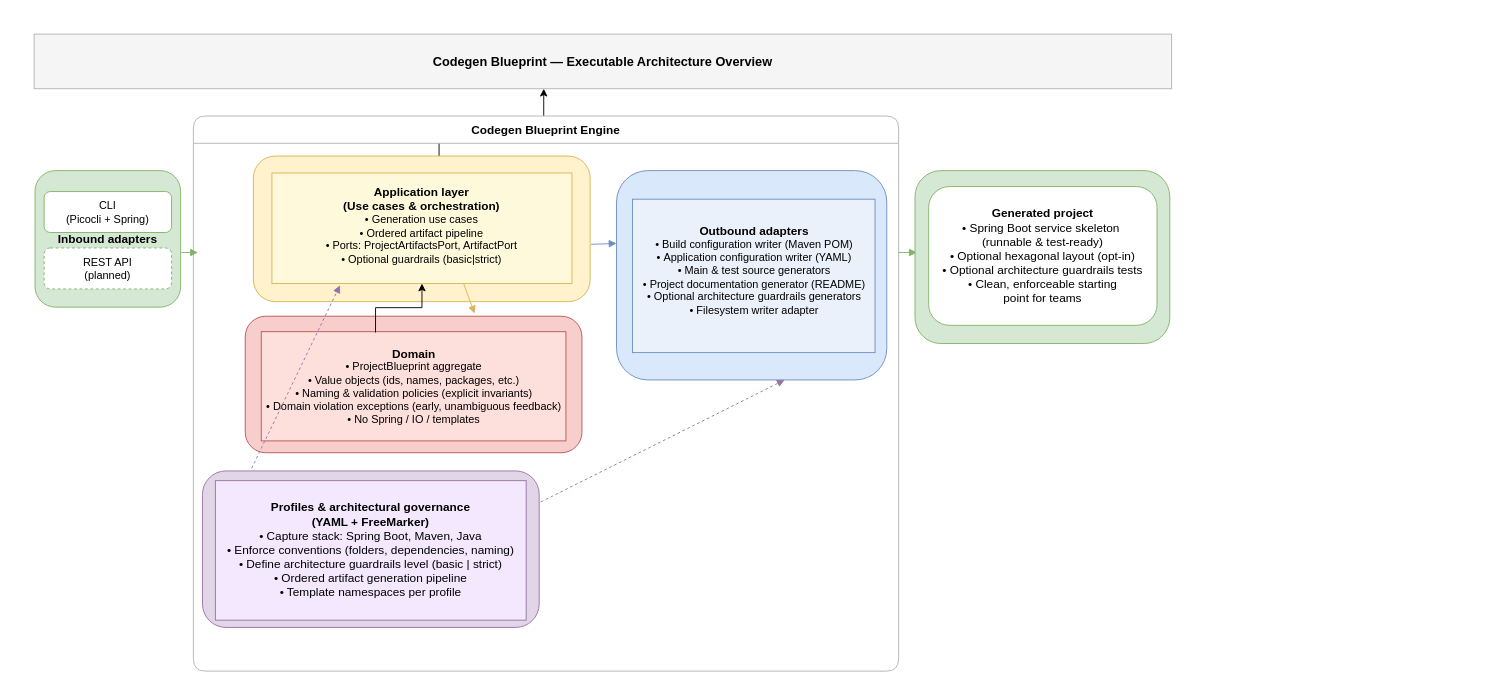
Before: docs/diagrams/architecture-overview.drawio in blueprint-platform/codegen-blueprint, a draw.io diagram. Source tidied: cells renumbered, new cells numbered last; positions are measured from the earlier drawing's top-left corner, leaving out a move shared by most shapes. Both pictures are drawn from the tidied source at 91%, with x=0, y=0 at pixel (34, 34).
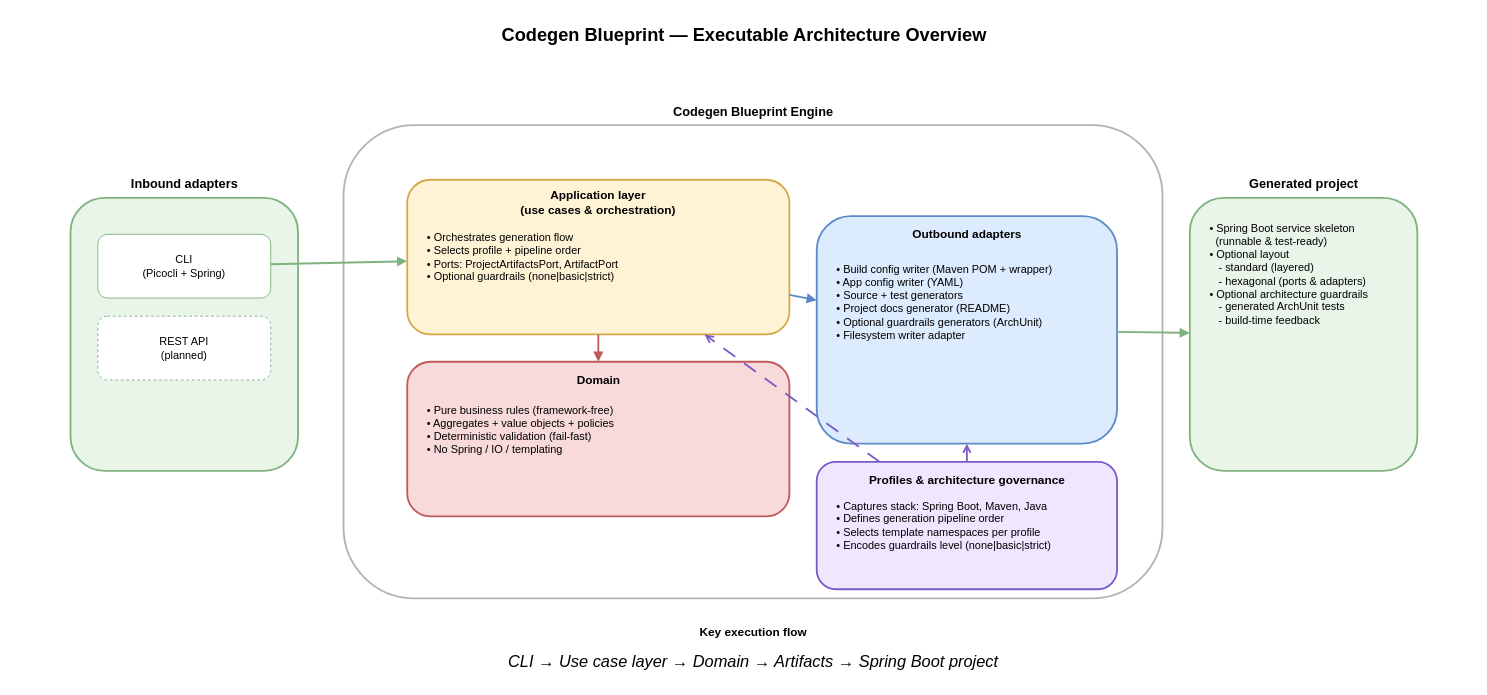
Above is the later version.

Commit message (it also covers changes not shown here):
docs(architecture): update drawio diagrams and regenerate images

Diff of the diagram source:
```diff
@@
-    <mxCell id="2" style="edgeStyle=orthogonalEdgeStyle;rounded=0;jettySize=auto;html=1;" parent="1" edge="1" source="6" target="3">
-      <mxGeometry relative="1" as="geometry">
-        <Array as="points">
-          <mxPoint x="445" y="106" />
-          <mxPoint x="560" y="106" />
-        </Array>
-      </mxGeometry>
-    </mxCell>
-    <mxCell id="3" value="Codegen Blueprint — Executable Architecture Overview" style="rounded=0;whiteSpace=wrap;html=1;fillColor=#f5f5f5;strokeColor=#b3b3b3;fontStyle=1;fontSize=14;align=center;verticalAlign=middle;" parent="1" vertex="1">
-      <mxGeometry width="1250" height="60" as="geometry" />
+    <mxCell id="3" value="Codegen Blueprint — Executable Architecture Overview" style="text;html=1;align=center;verticalAlign=middle;fontSize=20;fontStyle=1;" parent="1" vertex="1">
+      <mxGeometry x="-20" y="-20" width="1600" height="40" as="geometry" />
     </mxCell>
-    <mxCell id="4" value="Codegen Blueprint Engine" style="swimlane;rounded=1;whiteSpace=wrap;html=1;horizontal=1;startSize=30;fillColor=#ffffff;strokeColor=#b3b3b3;fontSize=13;fontStyle=1;" parent="1" vertex="1">
-      <mxGeometry x="175" y="90" width="775" height="610" as="geometry" />
-    </mxCell>
-    <mxCell id="5" style="rounded=1;whiteSpace=wrap;html=1;fillColor=#fff2cc;strokeColor=#d6b656;fontSize=13;fontStyle=1;" parent="4" vertex="1">
-      <mxGeometry x="66" y="44" width="370" height="160" as="geometry" />
-    </mxCell>
-    <mxCell id="6" value="&lt;div&gt;&lt;span style=&quot;font-size: 13px; font-weight: 700;&quot;&gt;&lt;br&gt;&lt;/span&gt;&lt;/div&gt;&lt;span style=&quot;font-size: 13px; font-weight: 700;&quot;&gt;&lt;div&gt;&lt;span style=&quot;font-size: 13px; font-weight: 700;&quot;&gt;&lt;br&gt;&lt;/span&gt;&lt;/div&gt;&lt;div&gt;&lt;span style=&quot;font-size: 13px; font-weight: 700;&quot;&gt;&lt;br&gt;&lt;/span&gt;&lt;/div&gt;&lt;div&gt;&lt;span style=&quot;font-size: 13px; font-weight: 700;&quot;&gt;&lt;br&gt;&lt;/span&gt;&lt;/div&gt;&lt;div&gt;&lt;span style=&quot;font-size: 13px; font-weight: 700;&quot;&gt;&lt;br&gt;&lt;/span&gt;&lt;/div&gt;&lt;div&gt;&lt;span style=&quot;font-size: 13px; font-weight: 700;&quot;&gt;&lt;br&gt;&lt;/span&gt;&lt;/div&gt;&lt;div&gt;&lt;span style=&quot;font-size: 13px; font-weight: 700;&quot;&gt;&lt;br&gt;&lt;/span&gt;&lt;/div&gt;Application layer&lt;/span&gt;&lt;br style=&quot;font-size: 13px; font-weight: 700;&quot;&gt;&lt;span style=&quot;font-size: 13px; font-weight: 700;&quot;&gt;(Use cases &amp;amp; orchestration)&lt;/span&gt;&lt;div&gt;•&amp;nbsp;&lt;span style=&quot;background-color: transparent; color: light-dark(rgb(0, 0, 0), rgb(255, 255, 255));&quot;&gt;Generation use cases&lt;/span&gt;&lt;/div&gt;&lt;div&gt;• Ordered artifact pipeline&lt;/div&gt;&lt;div&gt;&lt;div&gt;• Ports: ProjectArtifactsPort, ArtifactPort&lt;/div&gt;&lt;/div&gt;&lt;div&gt;• &lt;span style=&quot;background-color: transparent; color: light-dark(rgb(0, 0, 0), rgb(255, 255, 255));&quot;&gt;Optional guardrails (basic|strict)&lt;/span&gt;&lt;br&gt;&lt;/div&gt;&lt;br&gt;&lt;br&gt;&lt;br&gt;&lt;br&gt;&lt;br&gt;&lt;br&gt;&lt;br&gt;&lt;div&gt;&lt;br&gt;&lt;/div&gt;" style="rounded=0;whiteSpace=wrap;html=1;fillColor=#fff9db;strokeColor=#d6b656;fontSize=12;" parent="5" vertex="1">
-      <mxGeometry x="20.3" y="18.6" width="329.7" height="121.5" as="geometry" />
-    </mxCell>
-    <mxCell id="7" style="rounded=1;whiteSpace=wrap;html=1;fillColor=#f8cecc;strokeColor=#b85450;fontSize=13;fontStyle=1;" parent="4" vertex="1">
-      <mxGeometry x="57" y="220" width="370" height="150" as="geometry" />
-    </mxCell>
-    <mxCell id="8" value="&lt;span style=&quot;font-size: 13px; font-weight: 700;&quot;&gt;Domain&lt;/span&gt;&lt;div&gt;• ProjectBlueprint aggregate&lt;/div&gt;&lt;div&gt;• Value objects (ids, names, packages, etc.&lt;span style=&quot;background-color: transparent; color: light-dark(rgb(0, 0, 0), rgb(255, 255, 255));&quot;&gt;)&lt;/span&gt;&lt;/div&gt;&lt;div&gt;• Naming &amp;amp; validation policies (explicit invariants)&lt;/div&gt;&lt;div&gt;• Domain violation exceptions (&lt;span style=&quot;background-color: transparent; color: light-dark(rgb(0, 0, 0), rgb(255, 255, 255));&quot;&gt;early, unambiguous feedback&lt;/span&gt;&lt;span style=&quot;background-color: transparent; color: light-dark(rgb(0, 0, 0), rgb(255, 255, 255));&quot;&gt;)&lt;/span&gt;&lt;/div&gt;&lt;div&gt;• No Spring / IO / templates&lt;/div&gt;" style="rounded=0;whiteSpace=wrap;html=1;fillColor=#fde0dc;strokeColor=#b85450;fontSize=12;" parent="7" vertex="1">
-      <mxGeometry x="17.6" y="17" width="334.8" height="120" as="geometry" />
-    </mxCell>
-    <mxCell id="9" style="rounded=1;whiteSpace=wrap;html=1;fillColor=#dae8fc;strokeColor=#6c8ebf;fontSize=13;fontStyle=1;" parent="4" vertex="1">
-      <mxGeometry x="465" y="60" width="297" height="230" as="geometry" />
-    </mxCell>
-    <mxCell id="10" value="&lt;div&gt;&lt;span style=&quot;font-size: 13px; font-weight: 700;&quot;&gt;&lt;br&gt;&lt;/span&gt;&lt;/div&gt;&lt;span style=&quot;font-size: 13px; font-weight: 700;&quot;&gt;&lt;div&gt;&lt;span style=&quot;font-size: 13px; font-weight: 700;&quot;&gt;&lt;br&gt;&lt;/span&gt;&lt;/div&gt;&lt;div&gt;&lt;span style=&quot;font-size: 13px; font-weight: 700;&quot;&gt;&lt;br&gt;&lt;/span&gt;&lt;/div&gt;&lt;div&gt;&lt;span style=&quot;font-size: 13px; font-weight: 700;&quot;&gt;&lt;br&gt;&lt;/span&gt;&lt;/div&gt;&lt;div&gt;&lt;span style=&quot;font-size: 13px; font-weight: 700;&quot;&gt;&lt;br&gt;&lt;/span&gt;&lt;/div&gt;&lt;div&gt;&lt;span style=&quot;font-size: 13px; font-weight: 700;&quot;&gt;&lt;br&gt;&lt;/span&gt;&lt;/div&gt;&lt;div&gt;&lt;span style=&quot;font-size: 13px; font-weight: 700;&quot;&gt;&lt;br&gt;&lt;/span&gt;&lt;/div&gt;&lt;div&gt;&lt;span style=&quot;font-size: 13px; font-weight: 700;&quot;&gt;&lt;br&gt;&lt;/span&gt;&lt;/div&gt;&lt;div&gt;&lt;span style=&quot;font-size: 13px; font-weight: 700;&quot;&gt;&lt;br&gt;&lt;/span&gt;&lt;/div&gt;&lt;div&gt;&lt;span style=&quot;font-size: 13px; font-weight: 700;&quot;&gt;&lt;br&gt;&lt;/span&gt;&lt;/div&gt;&lt;div&gt;&lt;span style=&quot;font-size: 13px; font-weight: 700;&quot;&gt;&lt;br&gt;&lt;/span&gt;&lt;/div&gt;&lt;div&gt;&lt;span style=&quot;font-size: 13px; font-weight: 700;&quot;&gt;&lt;br&gt;&lt;/span&gt;&lt;/div&gt;&lt;div&gt;&lt;span style=&quot;font-size: 13px; font-weight: 700;&quot;&gt;&lt;br&gt;&lt;/span&gt;&lt;/div&gt;Outbound adapters&lt;/span&gt;&lt;div&gt;•&amp;nbsp;&lt;span style=&quot;background-color: transparent; color: light-dark(rgb(0, 0, 0), rgb(255, 255, 255));&quot;&gt;Build configuration writer (Maven POM)&lt;/span&gt;&lt;div&gt;•&amp;nbsp;&lt;span style=&quot;background-color: transparent; color: light-dark(rgb(0, 0, 0), rgb(255, 255, 255));&quot;&gt;Application configuration writer (YAML)&lt;/span&gt;&lt;br&gt;•&amp;nbsp;&lt;span style=&quot;background-color: transparent; color: light-dark(rgb(0, 0, 0), rgb(255, 255, 255));&quot;&gt;Main &amp;amp; test source generators&lt;/span&gt;&lt;br&gt;• &lt;span style=&quot;background-color: transparent; color: light-dark(rgb(0, 0, 0), rgb(255, 255, 255));&quot;&gt;Project documentation generator (README)&lt;/span&gt;&lt;br&gt;•&amp;nbsp;&lt;span style=&quot;background-color: transparent; color: light-dark(rgb(0, 0, 0), rgb(255, 255, 255));&quot;&gt;Optional architecture guardrails generators&lt;/span&gt;&lt;/div&gt;&lt;div&gt;•&amp;nbsp;&lt;span style=&quot;background-color: transparent; color: light-dark(rgb(0, 0, 0), rgb(255, 255, 255));&quot;&gt;Filesystem writer adapter&lt;/span&gt;&lt;/div&gt;&lt;br&gt;&lt;br&gt;&lt;br&gt;&lt;br&gt;&lt;br&gt;&lt;br&gt;&lt;br&gt;&lt;br&gt;&lt;br&gt;&lt;br&gt;&lt;br&gt;&lt;br&gt;&lt;br&gt;&lt;br&gt;&lt;br&gt;&lt;/div&gt;" style="rounded=0;whiteSpace=wrap;html=1;fillColor=#eaf1fb;strokeColor=#6c8ebf;fontSize=12;" parent="9" vertex="1">
-      <mxGeometry x="17.5" y="31.4" width="266.6" height="168.6" as="geometry" />
-    </mxCell>
-    <mxCell id="11" style="rounded=1;whiteSpace=wrap;html=1;fillColor=#e1d5e7;strokeColor=#9673a6;fontSize=13;fontStyle=1;" parent="4" vertex="1">
-      <mxGeometry x="10" y="390" width="370" height="172" as="geometry" />
-    </mxCell>
-    <mxCell id="12" value="&lt;div&gt;&lt;span style=&quot;font-size: 13px;&quot;&gt;&lt;b&gt;Profiles &amp;amp; architectural governance&lt;/b&gt;&lt;/span&gt;&lt;/div&gt;&lt;div&gt;&lt;span style=&quot;font-size: 13px;&quot;&gt;&lt;b&gt;(YAML + FreeMarker)&lt;/b&gt;&lt;/span&gt;&lt;/div&gt;&lt;div&gt;&lt;span style=&quot;font-size: 13px;&quot;&gt;• Capture stack: Spring Boot, Maven, Java&lt;/span&gt;&lt;/div&gt;&lt;div&gt;&lt;span style=&quot;font-size: 13px;&quot;&gt;• Enforce conventions (folders, dependencies, naming)&lt;/span&gt;&lt;/div&gt;&lt;div&gt;&lt;span style=&quot;font-size: 13px;&quot;&gt;• Define architecture guardrails level (basic | strict)&lt;/span&gt;&lt;/div&gt;&lt;div&gt;&lt;span style=&quot;font-size: 13px;&quot;&gt;• Ordered artifact generation pipeline&lt;/span&gt;&lt;/div&gt;&lt;div&gt;&lt;span style=&quot;font-size: 13px;&quot;&gt;• Template namespaces per profile&lt;/span&gt;&lt;/div&gt;" style="rounded=0;whiteSpace=wrap;html=1;fillColor=#f3e8fd;strokeColor=#9673a6;fontSize=12;" parent="11" vertex="1">
-      <mxGeometry x="14.2" y="10.7" width="341.5" height="153.3" as="geometry" />
-    </mxCell>
-    <mxCell id="13" style="endArrow=block;html=1;rounded=0;strokeColor=#d6b656;entryX=0.681;entryY=-0.02;entryDx=0;entryDy=0;entryPerimeter=0;exitX=0.639;exitY=1;exitDx=0;exitDy=0;exitPerimeter=0;" parent="4" edge="1" source="6" target="7">
-      <mxGeometry relative="1" as="geometry" />
-    </mxCell>
-    <mxCell id="14" style="endArrow=block;html=1;rounded=0;strokeColor=#6c8ebf;exitX=1.003;exitY=0.606;exitDx=0;exitDy=0;exitPerimeter=0;" parent="4" edge="1" source="5">
-      <mxGeometry relative="1" as="geometry">
-        <mxPoint x="465" y="140" as="targetPoint" />
-      </mxGeometry>
-    </mxCell>
-    <mxCell id="15" style="endArrow=block;html=1;rounded=0;strokeColor=#9673a6;dashed=1;entryX=0.622;entryY=1;entryDx=0;entryDy=0;entryPerimeter=0;exitX=1.005;exitY=0.198;exitDx=0;exitDy=0;exitPerimeter=0;" parent="4" edge="1" source="11" target="9">
-      <mxGeometry relative="1" as="geometry" />
-    </mxCell>
-    <mxCell id="16" style="edgeStyle=orthogonalEdgeStyle;rounded=0;jettySize=auto;html=1;exitX=0.375;exitY=0.008;exitDx=0;exitDy=0;exitPerimeter=0;" parent="4" edge="1" source="8" target="6">
-      <mxGeometry relative="1" as="geometry" />
-    </mxCell>
-    <mxCell id="17" style="endArrow=block;html=1;rounded=0;strokeColor=#9673a6;dashed=1;entryX=0.227;entryY=1.016;entryDx=0;entryDy=0;entryPerimeter=0;exitX=0.146;exitY=-0.017;exitDx=0;exitDy=0;exitPerimeter=0;" parent="4" edge="1" source="11" target="6">
-      <mxGeometry relative="1" as="geometry" />
-    </mxCell>
+    <mxCell id="25" style="rounded=1;whiteSpace=wrap;html=1;fillColor=#E9F5E9;strokeColor=#7FB27F;strokeWidth=2;" parent="1" vertex="1">
+      <mxGeometry x="40" y="180" width="250" height="300" as="geometry" />
+    </mxCell>
-    <mxCell id="18" value="Inbound adapters" style="rounded=1;whiteSpace=wrap;html=1;fillColor=#d5e8d4;strokeColor=#82b366;fontSize=13;fontStyle=1;" parent="1" vertex="1">
-      <mxGeometry x="1" y="150" width="160" height="150" as="geometry" />
+    <mxCell id="18" value="Inbound adapters" style="text;html=1;align=center;verticalAlign=middle;fontSize=14;fontStyle=1;" parent="1" vertex="1">
+      <mxGeometry x="40" y="150" width="250" height="30" as="geometry" />
     </mxCell>
-    <mxCell id="19" value="CLI&#10;(Picocli + Spring)" style="rounded=1;whiteSpace=wrap;html=1;fillColor=#ffffff;strokeColor=#82b366;fontSize=12;" parent="18" vertex="1">
-      <mxGeometry x="10" y="23" width="140" height="45" as="geometry" />
+    <mxCell id="19" value="CLI&#10;(Picocli + Spring)" style="rounded=1;whiteSpace=wrap;html=1;fillColor=#FFFFFF;strokeColor=#7FB27F;strokeWidth=1;" parent="1" vertex="1">
+      <mxGeometry x="70" y="220" width="190" height="70" as="geometry" />
     </mxCell>
-    <mxCell id="20" value="REST API&#10;(planned)" style="rounded=1;whiteSpace=wrap;html=1;fillColor=#ffffff;strokeColor=#82b366;dashed=1;fontSize=12;" parent="18" vertex="1">
-      <mxGeometry x="10" y="85" width="140" height="45" as="geometry" />
+    <mxCell id="20" value="REST API&#10;(planned)" style="rounded=1;whiteSpace=wrap;html=1;fillColor=#FFFFFF;strokeColor=#7FB27F;strokeWidth=1;dashed=1;" parent="1" vertex="1">
+      <mxGeometry x="70" y="310" width="190" height="70" as="geometry" />
     </mxCell>
-    <mxCell id="21" style="endArrow=block;html=1;rounded=0;strokeColor=#82b366;" parent="1" edge="1">
-      <mxGeometry relative="1" as="geometry">
-        <mxPoint x="162" y="240" as="sourcePoint" />
-        <mxPoint x="180" y="240" as="targetPoint" />
-      </mxGeometry>
-    </mxCell>
-    <mxCell id="22" style="endArrow=block;html=1;rounded=0;strokeColor=#82b366;" parent="1" edge="1">
-      <mxGeometry relative="1" as="geometry">
-        <mxPoint x="950" y="240" as="sourcePoint" />
-        <mxPoint x="970" y="240" as="targetPoint" />
-      </mxGeometry>
-    </mxCell>
-    <mxCell id="23" style="rounded=1;whiteSpace=wrap;html=1;fillColor=#d5e8d4;strokeColor=#82b366;fontSize=13;" parent="1" vertex="1">
-      <mxGeometry x="968" y="150" width="280" height="190" as="geometry" />
-    </mxCell>
-    <mxCell id="24" value="&lt;span style=&quot;font-size: 13px; font-weight: 700;&quot;&gt;Generated project&lt;/span&gt;&lt;div style=&quot;font-size: 13px;&quot;&gt;&lt;span style=&quot;background-color: transparent; color: light-dark(rgb(0, 0, 0), rgb(255, 255, 255));&quot;&gt;•&amp;nbsp;&lt;/span&gt;&lt;span style=&quot;background-color: transparent; color: light-dark(rgb(0, 0, 0), rgb(255, 255, 255));&quot;&gt;Spring Boot service skeleton&amp;nbsp;&lt;/span&gt;&lt;/div&gt;&lt;div style=&quot;font-size: 13px;&quot;&gt;&lt;span style=&quot;background-color: transparent; color: light-dark(rgb(0, 0, 0), rgb(255, 255, 255));&quot;&gt;(runnable &amp;amp; test-ready)&lt;/span&gt;&lt;div&gt;• Optional hexagonal layout (opt-in)&lt;/div&gt;&lt;div&gt;•&amp;nbsp;&lt;span style=&quot;background-color: transparent; color: light-dark(rgb(0, 0, 0), rgb(255, 255, 255));&quot;&gt;Optional architecture guardrails tests&lt;/span&gt;&lt;br&gt;•&amp;nbsp;&lt;span style=&quot;background-color: transparent; color: light-dark(rgb(0, 0, 0), rgb(255, 255, 255));&quot;&gt;Clean, enforceable starting point&amp;nbsp;&lt;/span&gt;&lt;span style=&quot;background-color: transparent; color: light-dark(rgb(0, 0, 0), rgb(255, 255, 255));&quot; class=&quot;s1&quot;&gt;for&lt;/span&gt;&lt;span style=&quot;background-color: transparent; color: light-dark(rgb(0, 0, 0), rgb(255, 255, 255));&quot;&gt;&amp;nbsp;teams&lt;/span&gt;&lt;/div&gt;&lt;/div&gt;" style="rounded=1;whiteSpace=wrap;html=1;fillColor=#ffffff;strokeColor=#82b366;fontSize=12;" parent="1" vertex="1">
-      <mxGeometry x="983" y="167.5" width="251" height="152.5" as="geometry" />
-    </mxCell>
+    <mxCell id="26" style="rounded=1;whiteSpace=wrap;html=1;fillColor=#E9F5E9;strokeColor=#7FB27F;strokeWidth=2;" parent="1" vertex="1">
+      <mxGeometry x="1270" y="180" width="250" height="300" as="geometry" />
+    </mxCell>
+    <mxCell id="27" value="Generated project" style="text;html=1;align=center;verticalAlign=middle;fontSize=14;fontStyle=1;" parent="1" vertex="1">
+      <mxGeometry x="1270" y="150" width="250" height="30" as="geometry" />
+    </mxCell>
+    <mxCell id="28" value="• Spring Boot service skeleton&lt;br&gt;&amp;nbsp; (runnable &amp;amp; test-ready)&lt;br&gt;• Optional layout&amp;nbsp;&lt;br&gt;&amp;nbsp; &amp;nbsp;- standard (layered)&lt;br&gt;&amp;nbsp; &amp;nbsp;- hexagonal (ports &amp;amp; adapters)&lt;br&gt;• Optional architecture guardrails&amp;nbsp;&lt;div&gt;&amp;nbsp; &amp;nbsp;- generated ArchUnit tests&lt;br&gt;&amp;nbsp; &amp;nbsp;- build-time feedback&lt;/div&gt;" style="text;html=1;align=left;verticalAlign=top;fontSize=12;whiteSpace=wrap;" parent="1" vertex="1">
+      <mxGeometry x="1290" y="200" width="210" height="260" as="geometry" />
+    </mxCell>
+    <mxCell id="29" style="rounded=1;whiteSpace=wrap;html=1;fillColor=#FFFFFF;strokeColor=#B3B3B3;strokeWidth=2;" parent="1" vertex="1">
+      <mxGeometry x="340" y="100" width="900" height="520" as="geometry" />
+    </mxCell>
+    <mxCell id="4" value="Codegen Blueprint Engine" style="text;html=1;align=center;verticalAlign=middle;fontSize=14;fontStyle=1;" parent="1" vertex="1">
+      <mxGeometry x="340" y="70" width="900" height="30" as="geometry" />
+    </mxCell>
+    <mxCell id="30" style="rounded=1;whiteSpace=wrap;html=1;fillColor=#FFF3D6;strokeColor=#D6A84A;strokeWidth=2;" parent="1" vertex="1">
+      <mxGeometry x="410" y="160" width="420" height="170" as="geometry" />
+    </mxCell>
+    <mxCell id="31" value="Application layer&#10;(use cases &amp; orchestration)" style="text;html=1;align=center;verticalAlign=middle;fontSize=13;fontStyle=1;whiteSpace=wrap;" parent="1" vertex="1">
+      <mxGeometry x="410" y="165" width="420" height="40" as="geometry" />
+    </mxCell>
+    <mxCell id="32" value="• Orchestrates generation flow&#10;• Selects profile + pipeline order&#10;• Ports: ProjectArtifactsPort, ArtifactPort&#10;• Optional guardrails (none|basic|strict)" style="text;html=1;align=left;verticalAlign=top;fontSize=12;whiteSpace=wrap;" parent="1" vertex="1">
+      <mxGeometry x="430" y="210" width="380" height="110" as="geometry" />
+    </mxCell>
+    <mxCell id="33" style="rounded=1;whiteSpace=wrap;html=1;fillColor=#F8DADA;strokeColor=#C05A5A;strokeWidth=2;" parent="1" vertex="1">
+      <mxGeometry x="410" y="360" width="420" height="170" as="geometry" />
+    </mxCell>
+    <mxCell id="34" value="Domain" style="text;html=1;align=center;verticalAlign=middle;fontSize=13;fontStyle=1;" parent="1" vertex="1">
+      <mxGeometry x="410" y="365" width="420" height="30" as="geometry" />
+    </mxCell>
+    <mxCell id="35" value="• Pure business rules (framework-free)&#10;• Aggregates + value objects + policies&#10;• Deterministic validation (fail-fast)&#10;• No Spring / IO / templating" style="text;html=1;align=left;verticalAlign=top;fontSize=12;whiteSpace=wrap;" parent="1" vertex="1">
+      <mxGeometry x="430" y="400" width="380" height="120" as="geometry" />
+    </mxCell>
+    <mxCell id="36" style="rounded=1;whiteSpace=wrap;html=1;fillColor=#DDEBFF;strokeColor=#5B8AC6;strokeWidth=2;" parent="1" vertex="1">
+      <mxGeometry x="860" y="200" width="330" height="250" as="geometry" />
+    </mxCell>
+    <mxCell id="37" value="Outbound adapters" style="text;html=1;align=center;verticalAlign=middle;fontSize=13;fontStyle=1;" parent="1" vertex="1">
+      <mxGeometry x="860" y="205" width="330" height="30" as="geometry" />
+    </mxCell>
+    <mxCell id="38" value="• Build config writer (Maven POM + wrapper)&#10;• App config writer (YAML)&#10;• Source + test generators&#10;• Project docs generator (README)&#10;• Optional guardrails generators (ArchUnit)&#10;• Filesystem writer adapter" style="text;html=1;align=left;verticalAlign=top;fontSize=12;whiteSpace=wrap;" parent="1" vertex="1">
+      <mxGeometry x="880" y="245" width="290" height="190" as="geometry" />
+    </mxCell>
+    <mxCell id="39" style="rounded=1;whiteSpace=wrap;html=1;fillColor=#EFE6FF;strokeColor=#7A5BC6;strokeWidth=2;" parent="1" vertex="1">
+      <mxGeometry x="860" y="470" width="330" height="140" as="geometry" />
+    </mxCell>
+    <mxCell id="40" value="Profiles &amp; architecture governance" style="text;html=1;align=center;verticalAlign=middle;fontSize=13;fontStyle=1;fontStyle=1;" parent="1" vertex="1">
+      <mxGeometry x="860" y="475" width="330" height="30" as="geometry" />
+    </mxCell>
+    <mxCell id="41" value="• Captures stack: Spring Boot, Maven, Java&#10;• Defines generation pipeline order&#10;• Selects template namespaces per profile&#10;• Encodes guardrails level (none|basic|strict)" style="text;html=1;align=left;verticalAlign=top;fontSize=12;whiteSpace=wrap;" parent="1" vertex="1">
+      <mxGeometry x="880" y="505" width="290" height="95" as="geometry" />
+    </mxCell>
+    <mxCell id="42" style="endArrow=block;html=1;strokeWidth=2;strokeColor=#7FB27F;" parent="1" edge="1" source="19" target="30">
+      <mxGeometry relative="1" as="geometry" />
+    </mxCell>
+    <mxCell id="43" style="endArrow=block;html=1;strokeWidth=2;strokeColor=#C05A5A;" parent="1" edge="1" source="30" target="33">
+      <mxGeometry relative="1" as="geometry" />
+    </mxCell>
+    <mxCell id="44" style="endArrow=block;html=1;strokeWidth=2;strokeColor=#5B8AC6;" parent="1" edge="1" source="30" target="36">
+      <mxGeometry relative="1" as="geometry" />
+    </mxCell>
+    <mxCell id="45" style="endArrow=block;html=1;strokeWidth=2;strokeColor=#7FB27F;" parent="1" edge="1" source="36" target="26">
+      <mxGeometry relative="1" as="geometry" />
+    </mxCell>
+    <mxCell id="46" style="endArrow=open;html=1;dashed=1;dashPattern=8 6;strokeWidth=2;strokeColor=#7A5BC6;" parent="1" edge="1" source="39" target="30">
+      <mxGeometry relative="1" as="geometry" />
+    </mxCell>
+    <mxCell id="47" style="endArrow=open;html=1;dashed=1;dashPattern=8 6;strokeWidth=2;strokeColor=#7A5BC6;" parent="1" edge="1" source="39" target="36">
+      <mxGeometry relative="1" as="geometry" />
+    </mxCell>
+    <mxCell id="48" value="Key execution flow" style="text;html=1;align=center;verticalAlign=middle;fontSize=13;fontStyle=1;" parent="1" vertex="1">
+      <mxGeometry x="340" y="645" width="900" height="24" as="geometry" />
+    </mxCell>
+    <mxCell id="49" value="CLI → Use case layer → Domain → Artifacts → Spring Boot project" style="text;html=1;align=center;verticalAlign=middle;fontSize=18;fontStyle=2;" parent="1" vertex="1">
+      <mxGeometry x="340" y="670" width="900" height="40" as="geometry" />
+    </mxCell>
```
